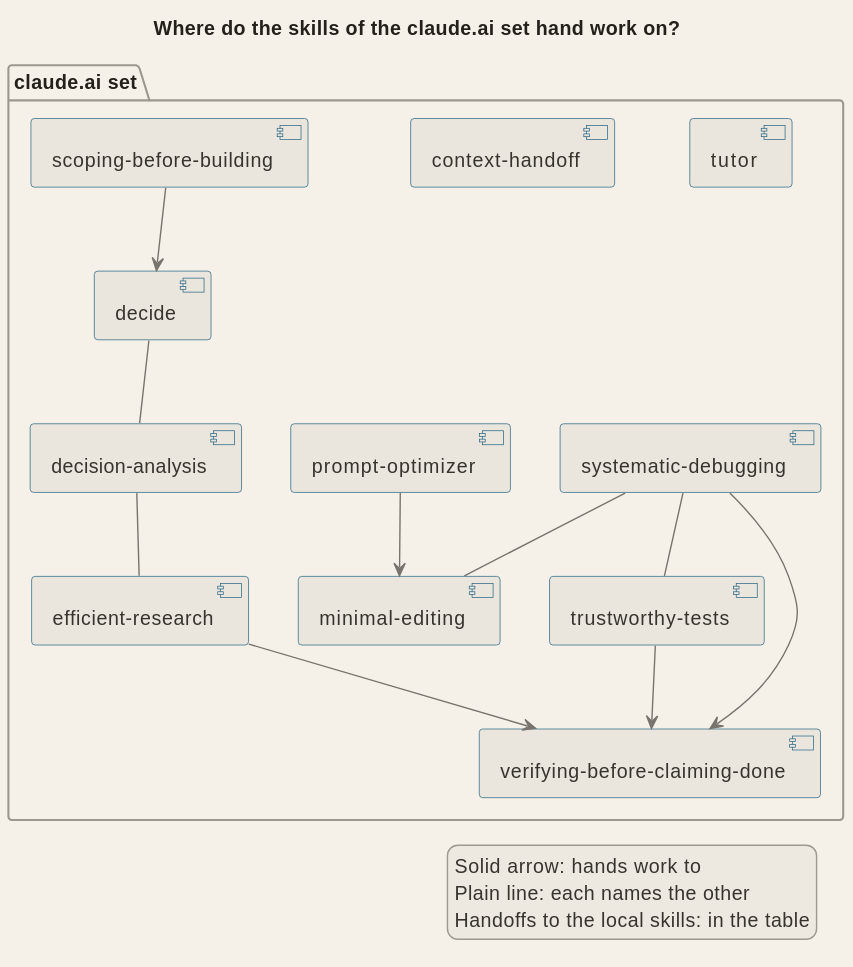
This is docs/diagrams/arch_skills_claude_ai.svg from signorenne/dotagents, a PlantUML export, as it was before one commit.
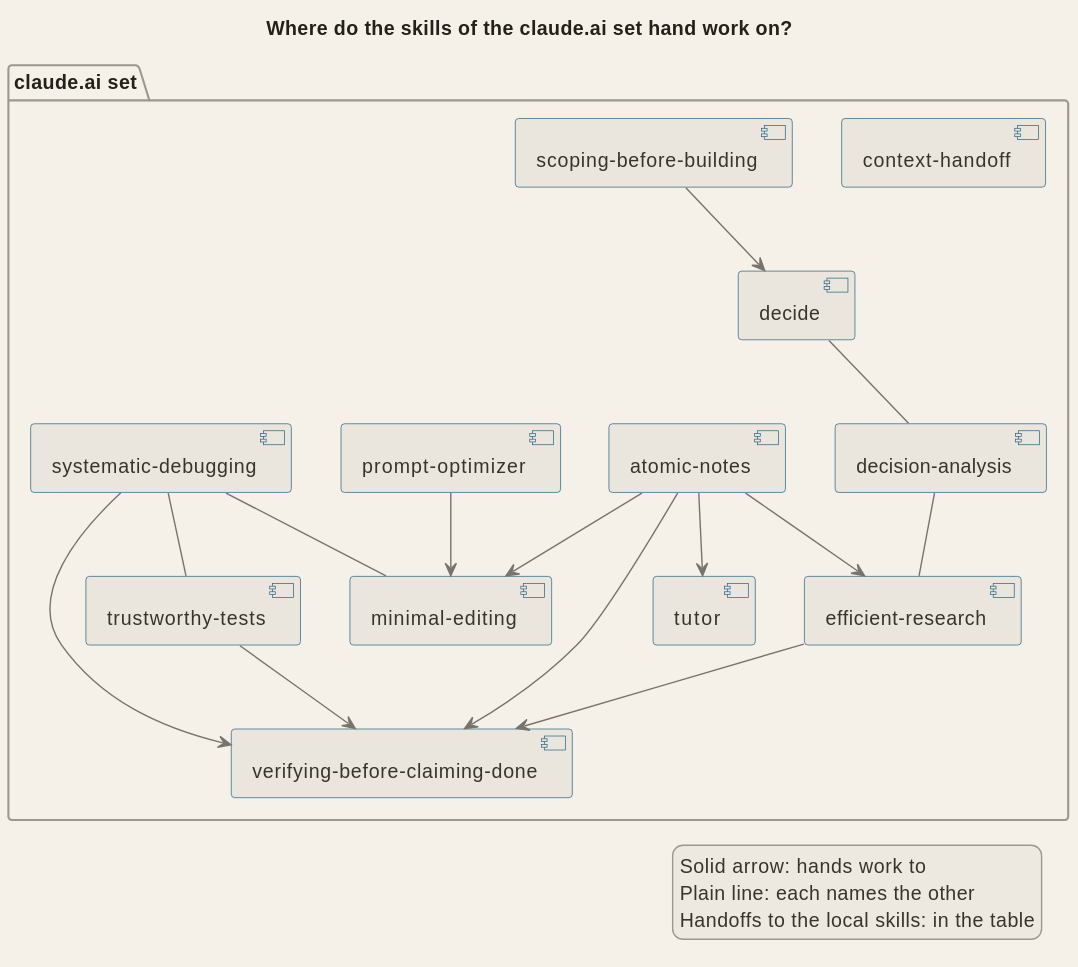
Later version of the same file.

Commit message:
feat(skills): add the atomic-notes skill for one-idea notes linked under a hub

Diff of the diagram source:
```diff
@@ -14,8 +14,13 @@
   component "verifying-before-claiming-done" as verify
   component "context-handoff" as handoff
   component "tutor" as tutor
+  component "atomic-notes" as notes
 }
 
+notes --> research
+notes --> editing
+notes --> tutor
+notes --> verify
 
 scoping --> decide
 decide -- analysis
```
